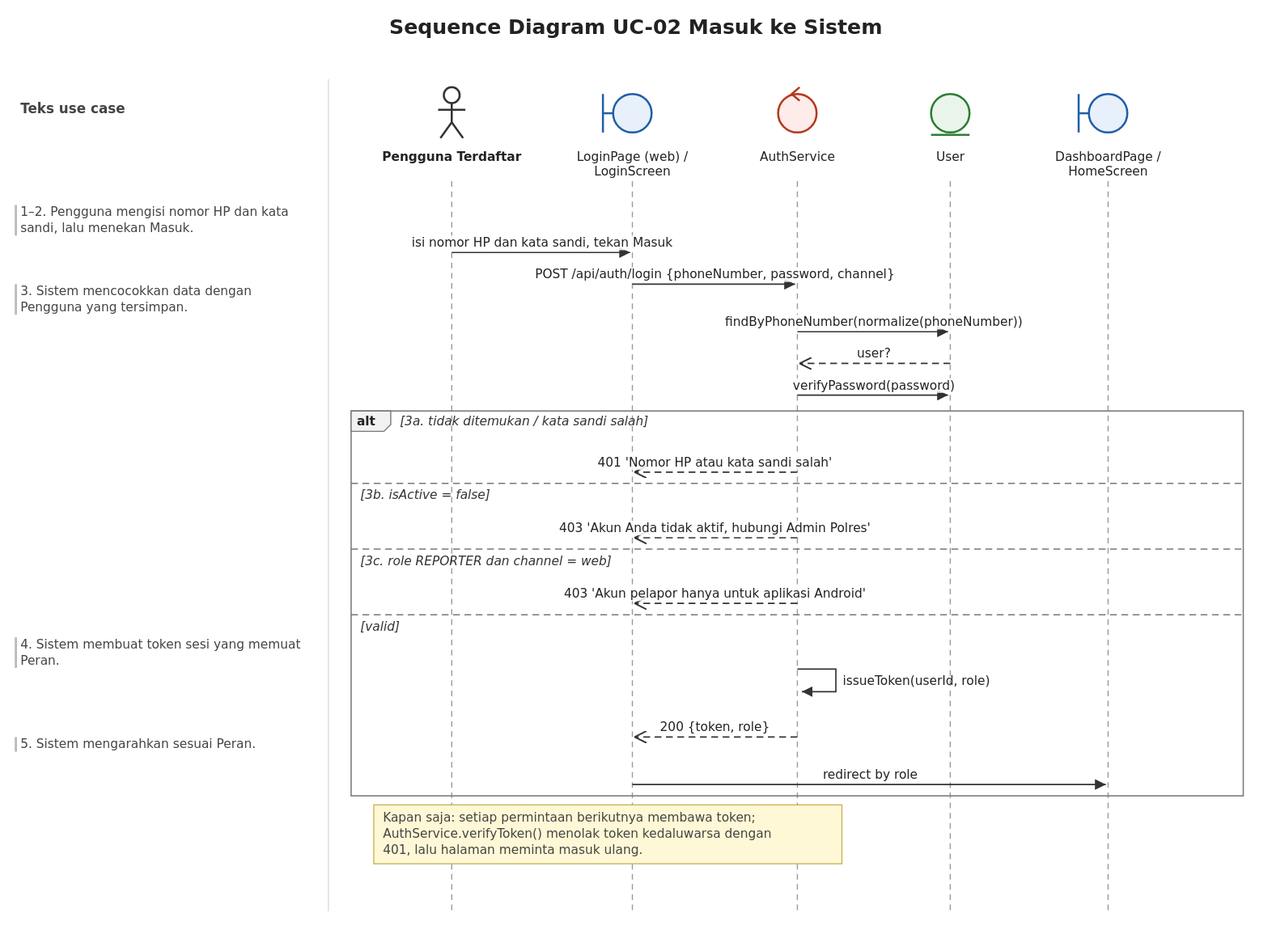
Before: specs/002-uc02-sign-in/iconix/uc02-sequence.svg, a diagram exported from PlantUML (wirapatigilang/laporapi-api-web). Its source is kept beside it as specs/002-uc02-sign-in/iconix/uc02-sequence.puml.
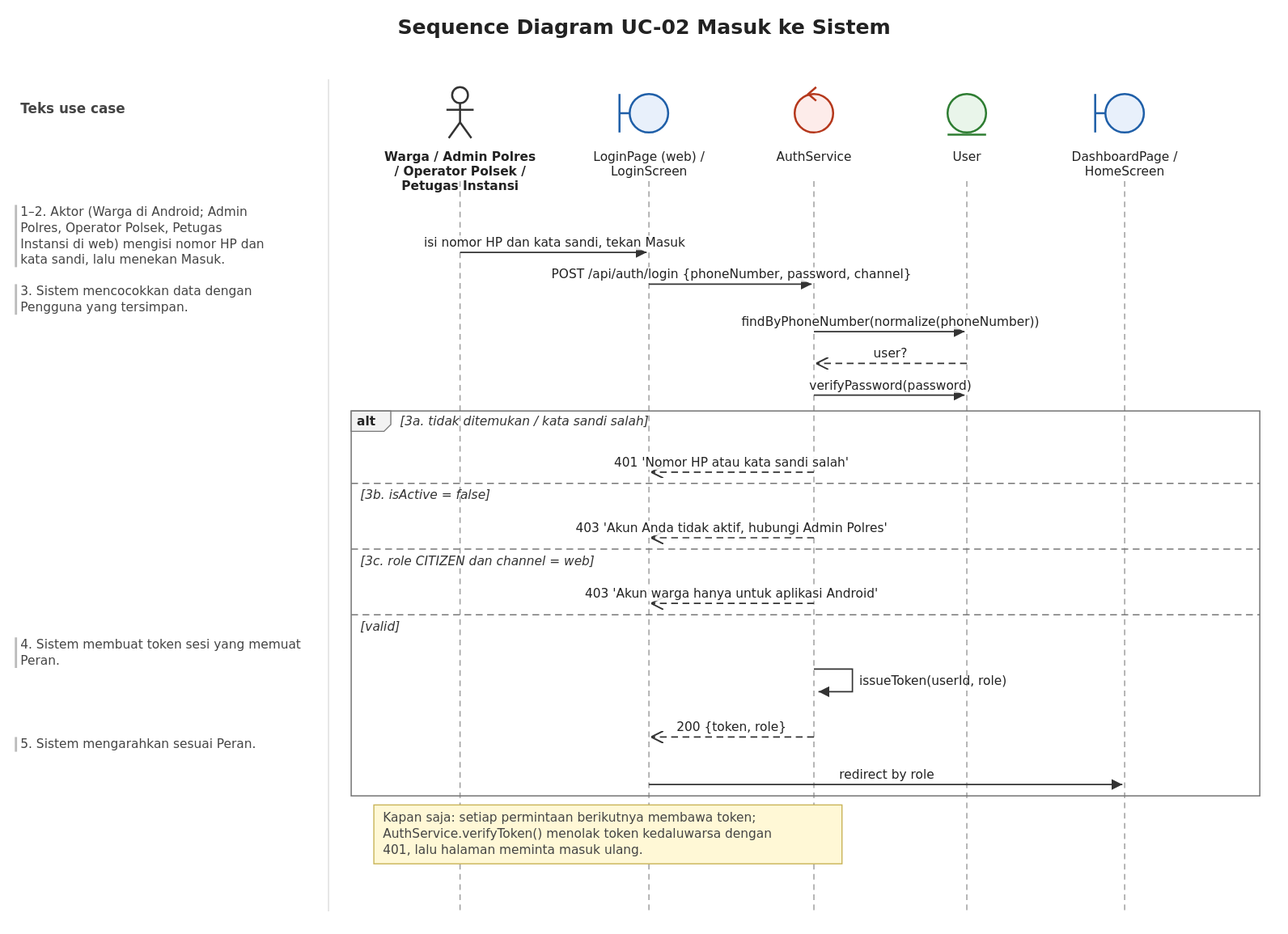
After the commit.

What changed in the source:
```diff
@@ -1,12 +1,12 @@
 @startuml
 title Sequence Diagram UC-02 Masuk ke Sistem
 autonumber
-actor "Pengguna Terdaftar" as usr
+actor "Warga / Admin Polres / Operator Polsek / Petugas Instansi" as usr
 boundary "LoginPage (web) / LoginScreen" as hal
 control "AuthService" as auth
 entity "User" as png
 boundary "DashboardPage / HomeScreen" as dsb
-note over usr : 1–2. Pengguna mengisi nomor HP dan kata sandi, lalu menekan Masuk.
+note over usr : 1–2. Aktor (Warga di Android; Admin Polres, Operator Polsek, Petugas Instansi di web) mengisi nomor HP dan kata sandi, lalu menekan Masuk.
 usr -> hal : isi nomor HP dan kata sandi, tekan Masuk
 hal -> auth : POST /api/auth/login {phoneNumber, password, channel}
 note over usr : 3. Sistem mencocokkan data dengan Pengguna yang tersimpan.
@@ -17,8 +17,8 @@
 auth --> hal : 401 'Nomor HP atau kata sandi salah'
 else 3b. isActive = false
 auth --> hal : 403 'Akun Anda tidak aktif, hubungi Admin Polres'
-else 3c. role REPORTER dan channel = web
-auth --> hal : 403 'Akun pelapor hanya untuk aplikasi Android'
+else 3c. role CITIZEN dan channel = web
+auth --> hal : 403 'Akun warga hanya untuk aplikasi Android'
 else valid
 note over usr : 4. Sistem membuat token sesi yang memuat Peran.
 auth -> auth : issueToken(userId, role)
```
